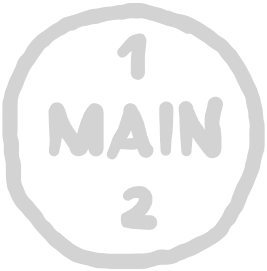
christsven/H.E.A.T keeps this Excalidraw diagram as ruleset/ressources/unit-marker.excalidraw.png. Above is the earlier version. Source tidied: one line per element, renumbered; positions are measured from the earlier drawing's top-left corner, leaving out a move shared by most shapes.
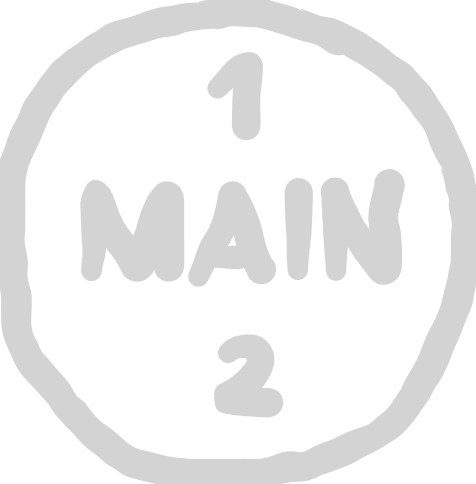
Above is the later version.

What changed in the source:
```diff
@@ -1,8 +1,8 @@
-{"id": 0, "type": "freedraw", "strokeColor": "#1e1e1e", "strokeWidth": 2, "roughness": 1, "x": 112, "y": 42, "width": 18, "height": 36, "points": [[0, 0], [1, -1], [2, -2], [2, -3], [4, -4], [5, -6], [7, -7], [9, -9], [11, -11], [11, -12], [13, -12], [14, -12], [16, -13], [17, -14], [18, -15], [18, -13], [17, -10], [17, -4], [16, 1], [16, 6], [16, 10], [16, 13], [16, 14], [16, 16], [16, 18], [16, 20], [16, 21]]}
+{"id": 0, "type": "freedraw", "strokeColor": "#1e1e1e", "strokeWidth": 4, "roughness": 1, "x": 208, "y": -135, "width": 32, "height": 66, "points": [[0, 0], [1, -2], [3, -3], [4, -5], [7, -8], [10, -11], [12, -13], [17, -17], [20, -20], [21, -22], [24, -23], [27, -23], [30, -25], [32, -26], [32, -28], [32, -24], [32, -18], [31, -8], [29, 2], [29, 11], [29, 18], [29, 24], [29, 27], [29, 30], [29, 33], [29, 36], [29, 38]]}
-{"id": 1, "type": "freedraw", "strokeColor": "#1e1e1e", "strokeWidth": 2, "roughness": 1, "x": 118, "y": 186, "width": 25, "height": 31, "points": [[0, 0], [1, -1], [3, -2], [4, -3], [6, -4], [7, -4], [10, -4], [13, -4], [15, -3], [17, -1], [18, 1], [18, 2], [18, 4], [18, 6], [17, 8], [16, 10], [14, 12], [12, 14], [11, 16], [8, 18], [6, 20], [4, 21], [2, 22], [0, 23], [-3, 24], [-3, 25], [1, 25], [7, 26], [10, 26], [13, 26], [16, 26], [18, 27], [21, 27], [22, 27]]}
+{"id": 1, "type": "freedraw", "strokeColor": "#1e1e1e", "strokeWidth": 4, "roughness": 1, "x": 218, "y": 130, "width": 47, "height": 56, "points": [[0, 0], [2, -1], [5, -4], [7, -6], [11, -7], [13, -7], [18, -7], [24, -7], [28, -6], [31, -2], [33, 1], [33, 4], [33, 7], [32, 11], [32, 14], [30, 18], [26, 23], [23, 26], [20, 30], [15, 32], [11, 37], [7, 38], [4, 41], [0, 43], [-5, 44], [-6, 47], [2, 47], [12, 49], [18, 49], [24, 49], [30, 49], [32, 50], [38, 50], [41, 50]]}
-{"id": 2, "type": "freedraw", "strokeColor": "#1e1e1e", "strokeWidth": 2, "roughness": 1, "x": 44, "y": 141, "width": 42, "height": 44, "points": [[0, 0], [1, -6], [2, -14], [2, -20], [2, -25], [2, -32], [2, -37], [2, -42], [5, -39], [7, -30], [11, -22], [17, -14], [19, -10], [21, -6], [24, -2], [28, -7], [30, -16], [33, -24], [35, -31], [36, -35], [40, -40], [42, -42], [42, -33], [42, -25], [42, -19], [42, -12], [42, -6], [42, -2]]}
+{"id": 2, "type": "freedraw", "strokeColor": "#1e1e1e", "strokeWidth": 4, "roughness": 1, "x": 81, "y": 48, "width": 77, "height": 81, "points": [[0, 0], [1, -11], [3, -27], [3, -36], [3, -47], [3, -59], [3, -68], [3, -78], [9, -73], [12, -55], [20, -41], [32, -26], [34, -18], [38, -11], [44, -3], [52, -13], [55, -30], [60, -44], [64, -56], [67, -65], [75, -74], [77, -77], [77, -60], [77, -46], [77, -35], [77, -23], [77, -11], [77, -4]]}
-{"id": 3, "type": "freedraw", "strokeColor": "#1e1e1e", "strokeWidth": 2, "roughness": 1, "x": 102, "y": 144, "width": 34, "height": 44, "points": [[0, 0], [2, -3], [3, -7], [5, -11], [6, -13], [8, -17], [10, -20], [12, -24], [13, -27], [15, -30], [16, -32], [17, -35], [18, -39], [18, -42], [20, -43], [21, -37], [24, -33], [25, -30], [26, -27], [26, -24], [27, -21], [28, -19], [29, -16], [29, -13], [31, -11], [31, -8], [32, -6], [34, -5]]}
+{"id": 3, "type": "freedraw", "strokeColor": "#1e1e1e", "strokeWidth": 4, "roughness": 1, "x": 188, "y": 54, "width": 63, "height": 82, "points": [[0, 0], [3, -5], [6, -13], [9, -21], [11, -25], [14, -31], [19, -36], [23, -44], [25, -50], [28, -55], [29, -59], [31, -65], [33, -73], [33, -78], [36, -80], [39, -69], [45, -61], [46, -55], [48, -50], [49, -44], [51, -38], [52, -34], [53, -30], [54, -24], [56, -20], [57, -15], [59, -11], [62, -9]]}
-{"id": 4, "type": "freedraw", "strokeColor": "#1e1e1e", "strokeWidth": 2, "roughness": 1, "x": 109, "y": 134, "width": 14, "height": 0, "points": [[0, 0], [1, 0], [2, 0], [3, 0], [5, 0], [6, 0], [7, 0], [8, 0], [8, 0], [9, 0], [10, 0], [11, 0], [12, 0], [13, 0], [14, 0], [14, 0], [14, 0]]}
+{"id": 4, "type": "freedraw", "strokeColor": "#1e1e1e", "strokeWidth": 4, "roughness": 1, "x": 202, "y": 34, "width": 27, "height": 0, "points": [[0, 0], [1, 0], [4, 0], [6, 0], [9, 0], [11, 0], [12, 0], [14, 0], [15, 0], [17, 0], [18, 0], [21, 0], [23, 0], [24, 0], [26, 0], [27, 0], [27, 0]]}
-{"id": 5, "type": "freedraw", "strokeColor": "#1e1e1e", "strokeWidth": 2, "roughness": 1, "x": 156, "y": 141, "width": 1, "height": 42, "points": [[0, 0], [0, -1], [0, -2], [0, -3], [0, -4], [0, -5], [0, -7], [0, -8], [0, -10], [0, -11], [0, -13], [0, -14], [0, -14], [1, -16], [1, -16], [1, -17], [1, -18], [1, -19], [1, -19], [1, -20], [1, -21], [1, -22], [1, -22], [1, -23], [1, -24], [1, -25], [1, -27], [1, -28], [1, -29], [1, -30], [1, -31], [1, -32], [1, -33], [1, -34], [1, -36], [1, -36], [1, -37], [1, -38], [1, -39], [1, -39], [1, -41], [1, -42], [1, -42], [1, -42]]}
+{"id": 5, "type": "freedraw", "strokeColor": "#1e1e1e", "strokeWidth": 4, "roughness": 1, "x": 288, "y": 47, "width": 1, "height": 78, "points": [[0, 0], [0, -1], [0, -4], [0, -6], [0, -7], [0, -10], [0, -12], [0, -15], [0, -18], [0, -21], [0, -24], [0, -26], [0, -27], [1, -29], [1, -30], [1, -32], [1, -32], [1, -34], [1, -35], [1, -37], [1, -38], [1, -40], [1, -41], [1, -43], [1, -44], [1, -47], [1, -50], [1, -52], [1, -54], [1, -55], [1, -57], [1, -58], [1, -61], [1, -63], [1, -66], [1, -67], [1, -69], [1, -70], [1, -72], [1, -73], [1, -75], [1, -77], [1, -78], [1, -78]]}
-{"id": 6, "type": "freedraw", "strokeColor": "#1e1e1e", "strokeWidth": 2, "roughness": 1, "x": 176, "y": 141, "width": 29, "height": 47, "points": [[0, 0], [0, -5], [0, -11], [0, -16], [0, -21], [0, -25], [0, -30], [0, -35], [-1, -39], [-1, -41], [4, -31], [8, -24], [11, -20], [14, -15], [17, -11], [19, -7], [22, -4], [25, -1], [27, -2], [27, -6], [27, -12], [27, -18], [26, -24], [26, -29], [26, -34], [27, -39], [27, -43]]}
+{"id": 6, "type": "freedraw", "strokeColor": "#1e1e1e", "strokeWidth": 4, "roughness": 1, "x": 326, "y": 48, "width": 54, "height": 87, "points": [[0, 0], [0, -9], [0, -20], [0, -29], [0, -38], [0, -47], [0, -55], [0, -64], [-1, -73], [-1, -76], [8, -57], [14, -45], [20, -36], [26, -28], [31, -20], [34, -13], [40, -8], [46, -2], [51, -3], [51, -11], [51, -23], [50, -32], [48, -44], [48, -54], [48, -63], [51, -72], [51, -80]]}
-{"id": 7, "type": "freedraw", "strokeColor": "#1e1e1e", "strokeWidth": 2, "roughness": 1, "x": 240, "y": 0, "width": 247, "height": 251, "points": [[-124, 0], [-86, 7], [-47, 23], [-18, 48], [-3, 75], [6, 106], [6, 142], [-8, 180], [-24, 212], [-46, 231], [-76, 245], [-108, 251], [-145, 251], [-184, 238], [-213, 209], [-234, 178], [-239, 143], [-240, 105], [-232, 69], [-213, 37], [-189, 18], [-160, 9], [-133, 3], [-99, 3], [-66, 14]]}
+{"id": 7, "type": "freedraw", "strokeColor": "#1e1e1e", "strokeWidth": 4, "roughness": 1, "x": 443, "y": -213, "width": 456, "height": 464, "points": [[-229, 0], [-158, 13], [-87, 42], [-33, 88], [-5, 139], [10, 196], [12, 262], [-14, 333], [-45, 392], [-84, 427], [-140, 452], [-199, 464], [-267, 464], [-340, 439], [-394, 387], [-433, 329], [-441, 264], [-443, 193], [-428, 128], [-394, 68], [-350, 33], [-296, 16], [-247, 5], [-183, 5], [-121, 26]]}
```
